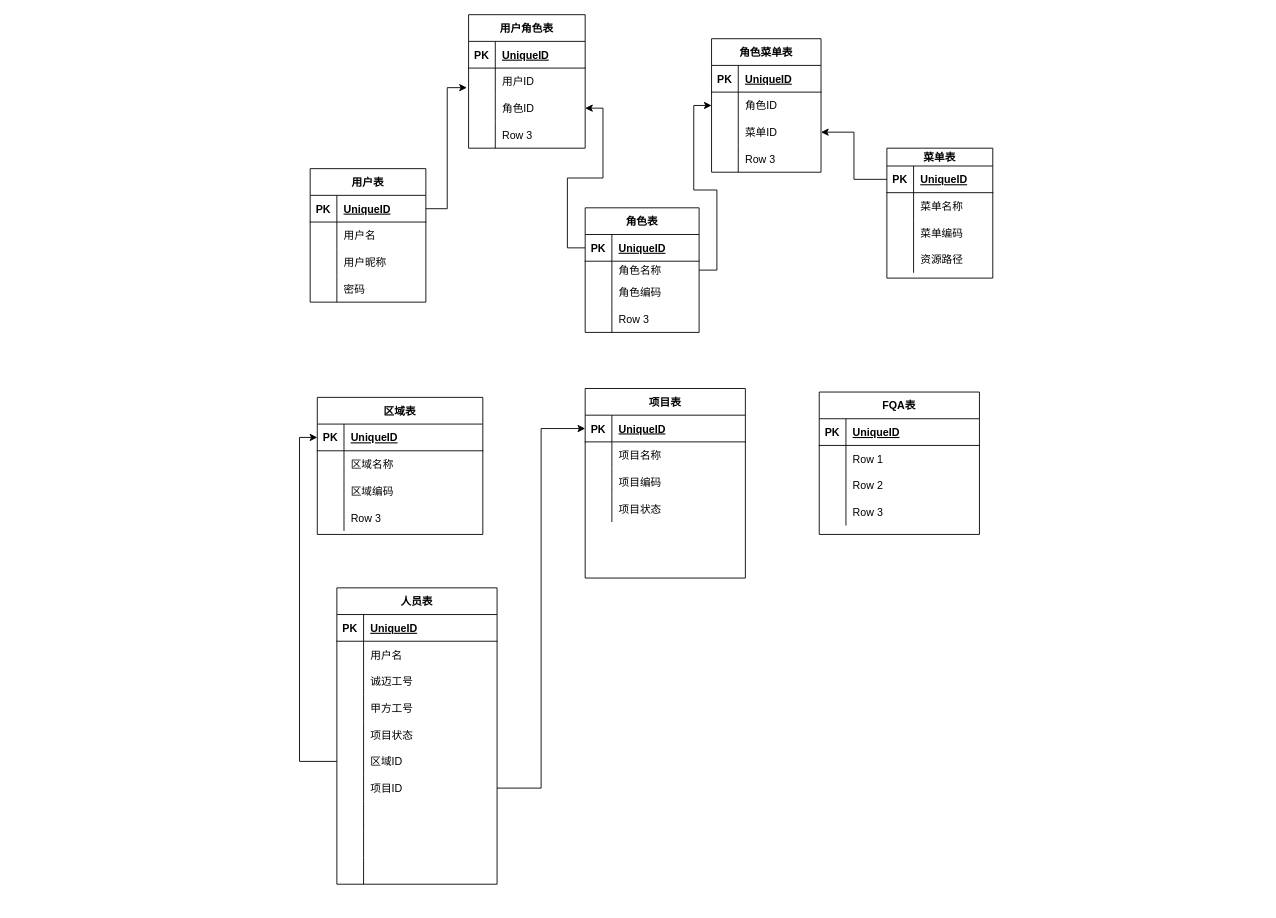
Earlier version of the draw.io diagram archermind/neg_data_model.drawio (crelle/drawio). Source tidied: cells renumbered, new cells numbered last; positions are measured from the earlier drawing's top-left corner, leaving out a move shared by most shapes. Both pictures are drawn from the tidied source at 89%, with x=0, y=0 at pixel (310, 14).
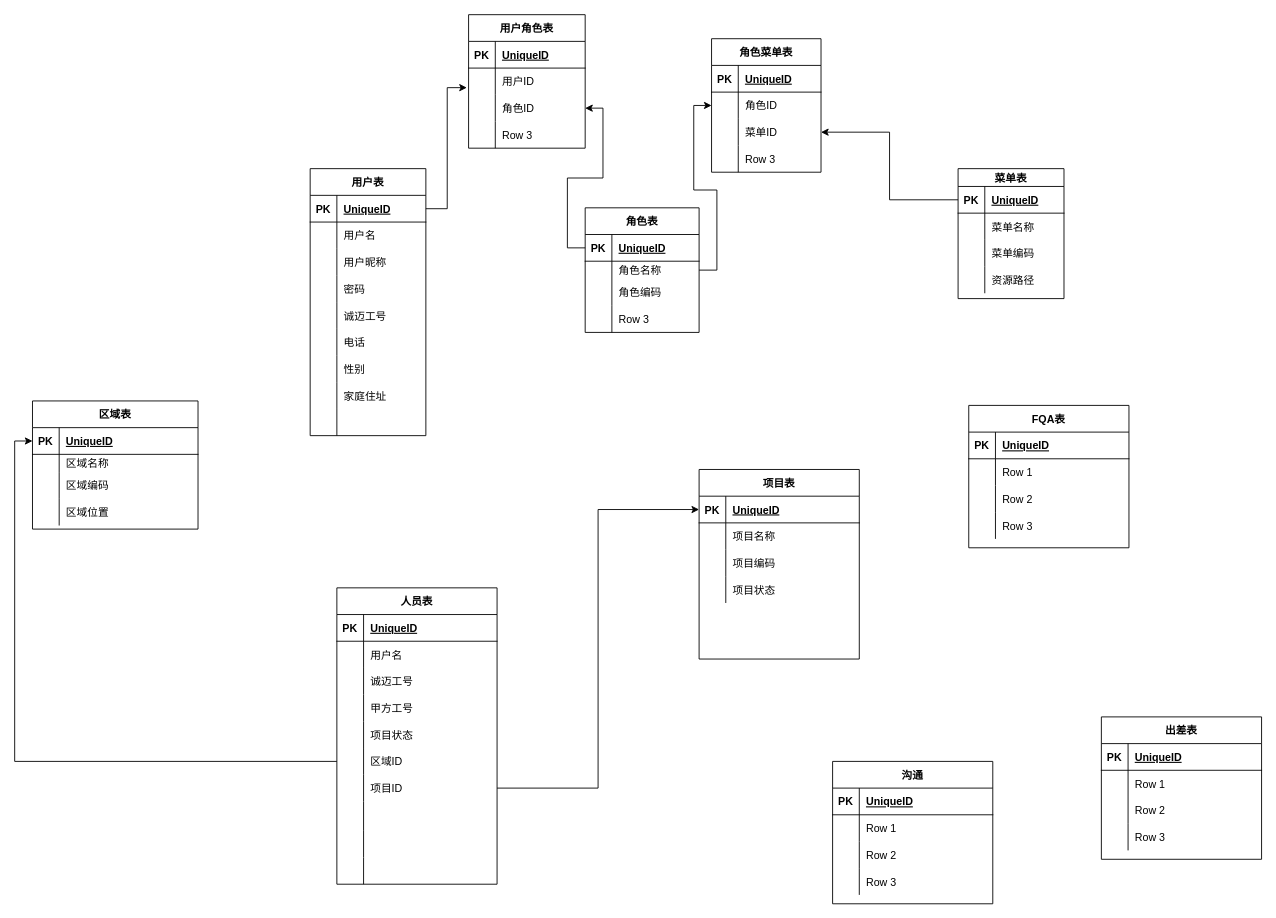
Above is the later version.

What changed in the source:
```diff
@@
     <mxCell id="2" value="用户表" style="shape=table;startSize=30;childLayout=tableLayout;rowLines=0;fontStyle=1;align=center;" parent="1" vertex="1">
-      <mxGeometry y="173" width="130" height="150" as="geometry" />
+      <mxGeometry y="173" width="130" height="300" as="geometry" />
     </mxCell>
@@
+    <mxCell id="143" style="shape=tableRow;horizontal=0;startSize=0;swimlaneHead=0;swimlaneBody=0;fillColor=none;top=0;left=0;right=0;bottom=0;" parent="2" vertex="1">
+      <mxGeometry y="150" width="130" height="30" as="geometry" />
+    </mxCell>
+    <mxCell id="144" style="shape=partialRectangle;fillColor=none;top=0;left=0;bottom=0;right=0;overflow=hidden;" parent="143" vertex="1">
+      <mxGeometry width="30" height="30" as="geometry" />
+    </mxCell>
+    <mxCell id="145" value="诚迈工号" style="shape=partialRectangle;fillColor=none;top=0;left=0;bottom=0;right=0;align=left;spacingLeft=6;overflow=hidden;" parent="143" vertex="1">
+      <mxGeometry x="30" width="100" height="30" as="geometry" />
+    </mxCell>
+    <mxCell id="146" style="shape=tableRow;horizontal=0;startSize=0;swimlaneHead=0;swimlaneBody=0;fillColor=none;top=0;left=0;right=0;bottom=0;" parent="2" vertex="1">
+      <mxGeometry y="180" width="130" height="30" as="geometry" />
+    </mxCell>
+    <mxCell id="147" style="shape=partialRectangle;fillColor=none;top=0;left=0;bottom=0;right=0;overflow=hidden;" parent="146" vertex="1">
+      <mxGeometry width="30" height="30" as="geometry" />
+    </mxCell>
+    <mxCell id="148" value="电话" style="shape=partialRectangle;fillColor=none;top=0;left=0;bottom=0;right=0;align=left;spacingLeft=6;overflow=hidden;" parent="146" vertex="1">
+      <mxGeometry x="30" width="100" height="30" as="geometry" />
+    </mxCell>
+    <mxCell id="149" style="shape=tableRow;horizontal=0;startSize=0;swimlaneHead=0;swimlaneBody=0;fillColor=none;top=0;left=0;right=0;bottom=0;" parent="2" vertex="1">
+      <mxGeometry y="210" width="130" height="30" as="geometry" />
+    </mxCell>
+    <mxCell id="150" style="shape=partialRectangle;fillColor=none;top=0;left=0;bottom=0;right=0;overflow=hidden;" parent="149" vertex="1">
+      <mxGeometry width="30" height="30" as="geometry" />
+    </mxCell>
+    <mxCell id="151" value="性别" style="shape=partialRectangle;fillColor=none;top=0;left=0;bottom=0;right=0;align=left;spacingLeft=6;overflow=hidden;" parent="149" vertex="1">
+      <mxGeometry x="30" width="100" height="30" as="geometry" />
+    </mxCell>
+    <mxCell id="152" style="shape=tableRow;horizontal=0;startSize=0;swimlaneHead=0;swimlaneBody=0;fillColor=none;top=0;left=0;right=0;bottom=0;" parent="2" vertex="1">
+      <mxGeometry y="240" width="130" height="30" as="geometry" />
+    </mxCell>
+    <mxCell id="153" style="shape=partialRectangle;fillColor=none;top=0;left=0;bottom=0;right=0;overflow=hidden;" parent="152" vertex="1">
+      <mxGeometry width="30" height="30" as="geometry" />
+    </mxCell>
+    <mxCell id="154" value="家庭住址" style="shape=partialRectangle;fillColor=none;top=0;left=0;bottom=0;right=0;align=left;spacingLeft=6;overflow=hidden;" parent="152" vertex="1">
+      <mxGeometry x="30" width="100" height="30" as="geometry" />
+    </mxCell>
+    <mxCell id="155" style="shape=tableRow;horizontal=0;startSize=0;swimlaneHead=0;swimlaneBody=0;fillColor=none;top=0;left=0;right=0;bottom=0;" parent="2" vertex="1">
+      <mxGeometry y="270" width="130" height="30" as="geometry" />
+    </mxCell>
+    <mxCell id="156" style="shape=partialRectangle;fillColor=none;top=0;left=0;bottom=0;right=0;overflow=hidden;" parent="155" vertex="1">
+      <mxGeometry width="30" height="30" as="geometry" />
+    </mxCell>
+    <mxCell id="157" style="shape=partialRectangle;fillColor=none;top=0;left=0;bottom=0;right=0;align=left;spacingLeft=6;overflow=hidden;" parent="155" vertex="1">
+      <mxGeometry x="30" width="100" height="30" as="geometry" />
+    </mxCell>
@@
     <mxCell id="28" value="菜单表" style="shape=table;startSize=20;childLayout=tableLayout;rowLines=0;fontStyle=1;align=center;" parent="1" vertex="1">
-      <mxGeometry x="648" y="150" width="119" height="146" as="geometry" />
+      <mxGeometry x="728" y="173" width="119" height="146" as="geometry" />
     </mxCell>
@@
     <mxCell id="71" value="区域表" style="shape=table;startSize=30;childLayout=tableLayout;rowLines=0;fontStyle=1;align=center;" parent="1" vertex="1">
-      <mxGeometry x="8" y="430" width="186" height="154" as="geometry" />
+      <mxGeometry x="-312" y="434" width="186" height="144" as="geometry" />
     </mxCell>
@@
     <mxCell id="75" style="shape=tableRow;horizontal=0;startSize=0;swimlaneHead=0;swimlaneBody=0;fillColor=none;top=0;left=0;right=0;bottom=0;" parent="71" vertex="1">
-      <mxGeometry y="60" width="186" height="30" as="geometry" />
+      <mxGeometry y="60" width="186" height="20" as="geometry" />
     </mxCell>
     <mxCell id="76" style="shape=partialRectangle;fillColor=none;top=0;left=0;bottom=0;right=0;overflow=hidden;" parent="75" vertex="1">
-      <mxGeometry width="30" height="30" as="geometry" />
+      <mxGeometry width="30" height="20" as="geometry" />
     </mxCell>
     <mxCell id="77" value="区域名称" style="shape=partialRectangle;fillColor=none;top=0;left=0;bottom=0;right=0;align=left;spacingLeft=6;overflow=hidden;" parent="75" vertex="1">
-      <mxGeometry x="30" width="156" height="30" as="geometry" />
+      <mxGeometry x="30" width="156" height="20" as="geometry" />
     </mxCell>
     <mxCell id="78" style="shape=tableRow;horizontal=0;startSize=0;swimlaneHead=0;swimlaneBody=0;fillColor=none;top=0;left=0;right=0;bottom=0;" parent="71" vertex="1">
-      <mxGeometry y="90" width="186" height="30" as="geometry" />
+      <mxGeometry y="80" width="186" height="30" as="geometry" />
     </mxCell>
@@
     <mxCell id="81" style="shape=tableRow;horizontal=0;startSize=0;swimlaneHead=0;swimlaneBody=0;fillColor=none;top=0;left=0;right=0;bottom=0;" parent="71" vertex="1">
-      <mxGeometry y="120" width="186" height="30" as="geometry" />
+      <mxGeometry y="110" width="186" height="30" as="geometry" />
     </mxCell>
@@
-    <mxCell id="83" value="Row 3" style="shape=partialRectangle;fillColor=none;top=0;left=0;bottom=0;right=0;align=left;spacingLeft=6;overflow=hidden;" parent="81" vertex="1">
+    <mxCell id="83" value="区域位置" style="shape=partialRectangle;fillColor=none;top=0;left=0;bottom=0;right=0;align=left;spacingLeft=6;overflow=hidden;" parent="81" vertex="1">
       <mxGeometry x="30" width="156" height="30" as="geometry" />
     </mxCell>
     <mxCell id="84" value="FQA表" style="shape=table;startSize=30;childLayout=tableLayout;rowLines=0;fontStyle=1;align=center;" parent="1" vertex="1">
-      <mxGeometry x="572" y="424" width="180" height="160" as="geometry" />
+      <mxGeometry x="740" y="439" width="180" height="160" as="geometry" />
     </mxCell>
@@
     <mxCell id="97" value="项目表" style="shape=table;startSize=30;childLayout=tableLayout;rowLines=0;fontStyle=1;align=center;" parent="1" vertex="1">
-      <mxGeometry x="309" y="420" width="180" height="213" as="geometry" />
+      <mxGeometry x="437" y="511" width="180" height="213" as="geometry" />
     </mxCell>
@@
+    <mxCell id="158" value="出差表" style="shape=table;startSize=30;childLayout=tableLayout;rowLines=0;fontStyle=1;align=center;" parent="1" vertex="1">
+      <mxGeometry x="889" y="789" width="180" height="160" as="geometry" />
+    </mxCell>
+    <mxCell id="159" style="shape=tableRow;horizontal=0;startSize=0;swimlaneHead=0;swimlaneBody=0;fillColor=none;top=0;left=0;right=0;bottom=1;" parent="158" vertex="1">
+      <mxGeometry y="30" width="180" height="30" as="geometry" />
+    </mxCell>
+    <mxCell id="160" value="PK" style="shape=partialRectangle;fillColor=none;top=0;left=0;bottom=0;right=0;fontStyle=1;overflow=hidden;" parent="159" vertex="1">
+      <mxGeometry width="30" height="30" as="geometry" />
+    </mxCell>
+    <mxCell id="161" value="UniqueID" style="shape=partialRectangle;fillColor=none;top=0;left=0;bottom=0;right=0;align=left;spacingLeft=6;fontStyle=5;overflow=hidden;" parent="159" vertex="1">
+      <mxGeometry x="30" width="150" height="30" as="geometry" />
+    </mxCell>
+    <mxCell id="162" style="shape=tableRow;horizontal=0;startSize=0;swimlaneHead=0;swimlaneBody=0;fillColor=none;top=0;left=0;right=0;bottom=0;" parent="158" vertex="1">
+      <mxGeometry y="60" width="180" height="30" as="geometry" />
+    </mxCell>
+    <mxCell id="163" style="shape=partialRectangle;fillColor=none;top=0;left=0;bottom=0;right=0;overflow=hidden;" parent="162" vertex="1">
+      <mxGeometry width="30" height="30" as="geometry" />
+    </mxCell>
+    <mxCell id="164" value="Row 1" style="shape=partialRectangle;fillColor=none;top=0;left=0;bottom=0;right=0;align=left;spacingLeft=6;overflow=hidden;" parent="162" vertex="1">
+      <mxGeometry x="30" width="150" height="30" as="geometry" />
+    </mxCell>
+    <mxCell id="165" style="shape=tableRow;horizontal=0;startSize=0;swimlaneHead=0;swimlaneBody=0;fillColor=none;top=0;left=0;right=0;bottom=0;" parent="158" vertex="1">
+      <mxGeometry y="90" width="180" height="30" as="geometry" />
+    </mxCell>
+    <mxCell id="166" style="shape=partialRectangle;fillColor=none;top=0;left=0;bottom=0;right=0;overflow=hidden;" parent="165" vertex="1">
+      <mxGeometry width="30" height="30" as="geometry" />
+    </mxCell>
+    <mxCell id="167" value="Row 2" style="shape=partialRectangle;fillColor=none;top=0;left=0;bottom=0;right=0;align=left;spacingLeft=6;overflow=hidden;" parent="165" vertex="1">
+      <mxGeometry x="30" width="150" height="30" as="geometry" />
+    </mxCell>
+    <mxCell id="168" style="shape=tableRow;horizontal=0;startSize=0;swimlaneHead=0;swimlaneBody=0;fillColor=none;top=0;left=0;right=0;bottom=0;" parent="158" vertex="1">
+      <mxGeometry y="120" width="180" height="30" as="geometry" />
+    </mxCell>
+    <mxCell id="169" style="shape=partialRectangle;fillColor=none;top=0;left=0;bottom=0;right=0;overflow=hidden;" parent="168" vertex="1">
+      <mxGeometry width="30" height="30" as="geometry" />
+    </mxCell>
+    <mxCell id="170" value="Row 3" style="shape=partialRectangle;fillColor=none;top=0;left=0;bottom=0;right=0;align=left;spacingLeft=6;overflow=hidden;" parent="168" vertex="1">
+      <mxGeometry x="30" width="150" height="30" as="geometry" />
+    </mxCell>
+    <mxCell id="171" value="沟通" style="shape=table;startSize=30;childLayout=tableLayout;rowLines=0;fontStyle=1;align=center;" parent="1" vertex="1">
+      <mxGeometry x="587" y="839" width="180" height="160" as="geometry" />
+    </mxCell>
+    <mxCell id="172" style="shape=tableRow;horizontal=0;startSize=0;swimlaneHead=0;swimlaneBody=0;fillColor=none;top=0;left=0;right=0;bottom=1;" parent="171" vertex="1">
+      <mxGeometry y="30" width="180" height="30" as="geometry" />
+    </mxCell>
+    <mxCell id="173" value="PK" style="shape=partialRectangle;fillColor=none;top=0;left=0;bottom=0;right=0;fontStyle=1;overflow=hidden;" parent="172" vertex="1">
+      <mxGeometry width="30" height="30" as="geometry" />
+    </mxCell>
+    <mxCell id="174" value="UniqueID" style="shape=partialRectangle;fillColor=none;top=0;left=0;bottom=0;right=0;align=left;spacingLeft=6;fontStyle=5;overflow=hidden;" parent="172" vertex="1">
+      <mxGeometry x="30" width="150" height="30" as="geometry" />
+    </mxCell>
+    <mxCell id="175" style="shape=tableRow;horizontal=0;startSize=0;swimlaneHead=0;swimlaneBody=0;fillColor=none;top=0;left=0;right=0;bottom=0;" parent="171" vertex="1">
+      <mxGeometry y="60" width="180" height="30" as="geometry" />
+    </mxCell>
+    <mxCell id="176" style="shape=partialRectangle;fillColor=none;top=0;left=0;bottom=0;right=0;overflow=hidden;" parent="175" vertex="1">
+      <mxGeometry width="30" height="30" as="geometry" />
+    </mxCell>
+    <mxCell id="177" value="Row 1" style="shape=partialRectangle;fillColor=none;top=0;left=0;bottom=0;right=0;align=left;spacingLeft=6;overflow=hidden;" parent="175" vertex="1">
+      <mxGeometry x="30" width="150" height="30" as="geometry" />
+    </mxCell>
+    <mxCell id="178" style="shape=tableRow;horizontal=0;startSize=0;swimlaneHead=0;swimlaneBody=0;fillColor=none;top=0;left=0;right=0;bottom=0;" parent="171" vertex="1">
+      <mxGeometry y="90" width="180" height="30" as="geometry" />
+    </mxCell>
+    <mxCell id="179" style="shape=partialRectangle;fillColor=none;top=0;left=0;bottom=0;right=0;overflow=hidden;" parent="178" vertex="1">
+      <mxGeometry width="30" height="30" as="geometry" />
+    </mxCell>
+    <mxCell id="180" value="Row 2" style="shape=partialRectangle;fillColor=none;top=0;left=0;bottom=0;right=0;align=left;spacingLeft=6;overflow=hidden;" parent="178" vertex="1">
+      <mxGeometry x="30" width="150" height="30" as="geometry" />
+    </mxCell>
+    <mxCell id="181" style="shape=tableRow;horizontal=0;startSize=0;swimlaneHead=0;swimlaneBody=0;fillColor=none;top=0;left=0;right=0;bottom=0;" parent="171" vertex="1">
+      <mxGeometry y="120" width="180" height="30" as="geometry" />
+    </mxCell>
+    <mxCell id="182" style="shape=partialRectangle;fillColor=none;top=0;left=0;bottom=0;right=0;overflow=hidden;" parent="181" vertex="1">
+      <mxGeometry width="30" height="30" as="geometry" />
+    </mxCell>
+    <mxCell id="183" value="Row 3" style="shape=partialRectangle;fillColor=none;top=0;left=0;bottom=0;right=0;align=left;spacingLeft=6;overflow=hidden;" parent="181" vertex="1">
+      <mxGeometry x="30" width="150" height="30" as="geometry" />
+    </mxCell>
```
